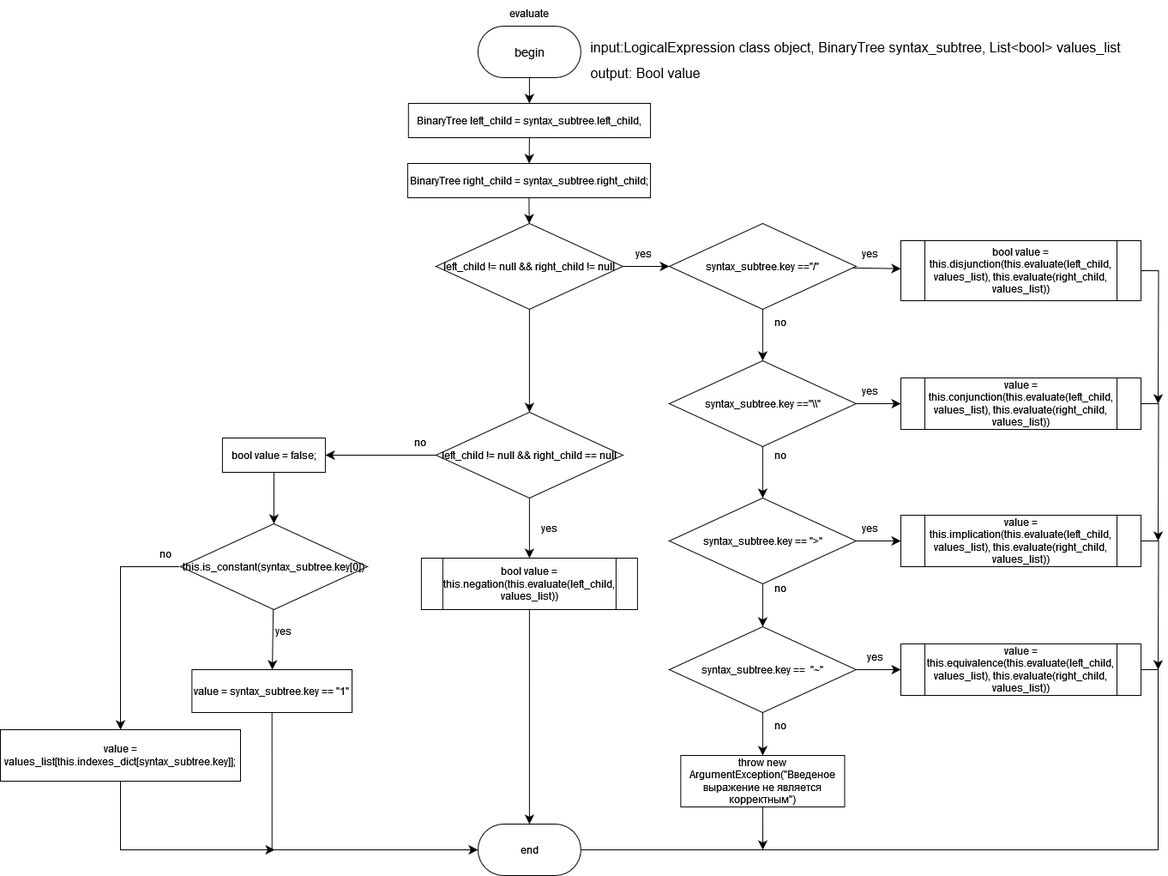
Before: 4_sem/LOIS/lab1/draw_io_flowcharts/evaluate.png, a diagram exported from draw.io (cry-crystal-cry/BSUIR). Source tidied: cells renumbered, new cells last; positions are measured from the earlier drawing's top-left corner, leaving out a move shared by most shapes.
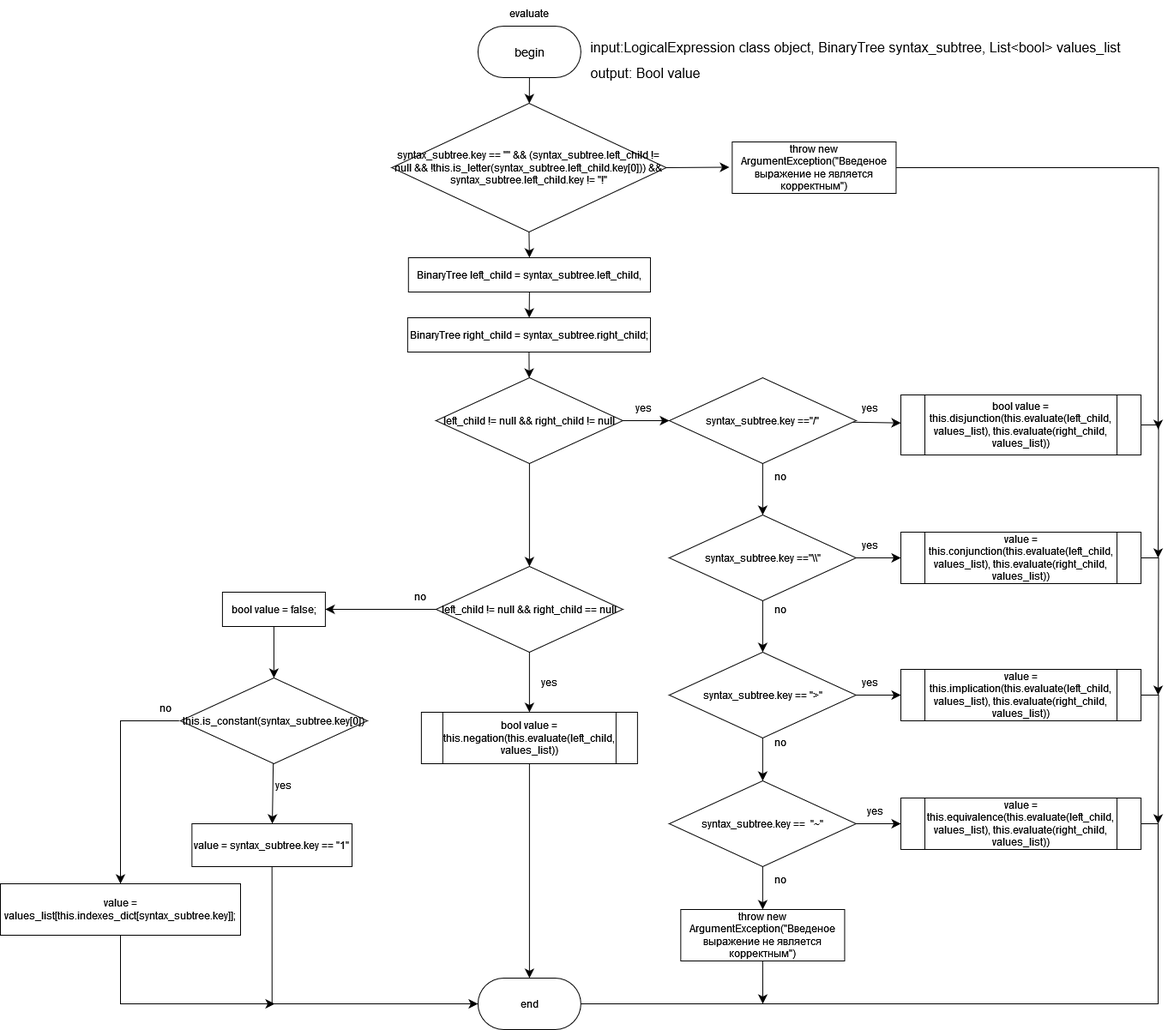
Later version of the same file.

The edit, as a diff of the source:
```diff
@@ -2,20 +2,20 @@
   <root>
     <mxCell id="0" />
     <mxCell id="1" parent="0" />
-    <mxCell id="2" style="edgeStyle=none;curved=1;rounded=0;jettySize=auto;html=1;fontSize=12;startSize=8;endSize=8;" parent="1" edge="1" source="3" target="8">
-      <mxGeometry relative="1" as="geometry" />
-    </mxCell>
+    <mxCell id="64" style="edgeStyle=none;curved=1;rounded=0;jettySize=auto;html=1;exitX=0.5;exitY=1;exitDx=0;exitDy=0;fontSize=12;startSize=8;endSize=8;" parent="1" edge="1" source="3" target="67">
+      <mxGeometry relative="1" as="geometry" />
+    </mxCell>
     <mxCell id="3" value="&lt;font face=&quot;Helvetica&quot; style=&quot;font-size: 14px;&quot;&gt;begin&lt;/font&gt;" style="rounded=1;whiteSpace=wrap;html=1;arcSize=50;" parent="1" vertex="1">
-      <mxGeometry x="556.9" y="30" width="120" height="60" as="geometry" />
+      <mxGeometry x="556.9" y="-150" width="120" height="60" as="geometry" />
     </mxCell>
     <mxCell id="4" value="evaluate" style="text;html=1;align=center;verticalAlign=middle;whiteSpace=wrap;rounded=0;" parent="1" vertex="1">
-      <mxGeometry x="586.9" width="60" height="30" as="geometry" />
+      <mxGeometry x="586.9" y="-180" width="60" height="30" as="geometry" />
     </mxCell>
     <mxCell id="5" value="&lt;div&gt;input:LogicalExpression class object, BinaryTree syntax_subtree, List&amp;lt;bool&amp;gt; values_list&lt;br&gt;&lt;/div&gt;" style="text;html=1;align=center;verticalAlign=middle;strokeColor=none;fillColor=none;fontSize=16;" parent="1" vertex="1">
-      <mxGeometry x="676.9" y="40" width="640" height="30" as="geometry" />
+      <mxGeometry x="676.9" y="-140" width="640" height="30" as="geometry" />
     </mxCell>
     <mxCell id="6" value="output: Bool &lt;span class=&quot;blob-code-inner blob-code-marker js-code-nav-pass&quot;&gt;value&lt;/span&gt;" style="text;html=1;align=center;verticalAlign=middle;strokeColor=none;fillColor=none;fontSize=16;" parent="1" vertex="1">
-      <mxGeometry x="676.9" y="70" width="150" height="30" as="geometry" />
+      <mxGeometry x="676.9" y="-110" width="150" height="30" as="geometry" />
     </mxCell>
     <mxCell id="7" style="edgeStyle=none;curved=1;rounded=0;jettySize=auto;html=1;exitX=0.5;exitY=1;exitDx=0;exitDy=0;fontSize=12;startSize=8;endSize=8;" parent="1" edge="1" source="8" target="63">
       <mxGeometry relative="1" as="geometry" />
@@ -213,5 +213,24 @@
     <mxCell id="63" value="BinaryTree right_child = syntax_subtree.right_child;" style="whiteSpace=wrap;html=1;" parent="1" vertex="1">
       <mxGeometry x="474.9" y="190" width="283.1" height="40" as="geometry" />
     </mxCell>
+    <mxCell id="65" style="edgeStyle=none;curved=1;rounded=0;jettySize=auto;html=1;exitX=0.5;exitY=1;exitDx=0;exitDy=0;entryX=0.5;entryY=0;entryDx=0;entryDy=0;fontSize=12;startSize=8;endSize=8;" parent="1" edge="1" source="67" target="8">
+      <mxGeometry relative="1" as="geometry" />
+    </mxCell>
+    <mxCell id="66" style="edgeStyle=none;curved=1;rounded=0;jettySize=auto;html=1;exitX=1;exitY=0.5;exitDx=0;exitDy=0;fontSize=12;startSize=8;endSize=8;" parent="1" edge="1" source="67">
+      <mxGeometry relative="1" as="geometry">
+        <mxPoint x="850" y="14.5" as="targetPoint" />
+      </mxGeometry>
+    </mxCell>
+    <mxCell id="67" value="syntax_subtree.key == &quot;&quot; &amp;amp;&amp;amp; (syntax_subtree.left_child != null &amp;amp;&amp;amp; !this.is_letter(syntax_subtree.left_child.key[0])) &amp;amp;&amp;amp; syntax_subtree.left_child.key != &quot;!&quot;" style="rhombus;whiteSpace=wrap;html=1;" parent="1" vertex="1">
+      <mxGeometry x="456.4" y="-60" width="320" height="150" as="geometry" />
+    </mxCell>
+    <mxCell id="68" style="edgeStyle=orthogonalEdgeStyle;rounded=0;jettySize=auto;html=1;exitX=1;exitY=0.5;exitDx=0;exitDy=0;fontSize=12;startSize=8;endSize=8;" parent="1" edge="1" source="69">
+      <mxGeometry relative="1" as="geometry">
+        <mxPoint x="1350" y="320" as="targetPoint" />
+      </mxGeometry>
+    </mxCell>
+    <mxCell id="69" value="throw new ArgumentException(&quot;Введеное выражение не является корректным&quot;)" style="whiteSpace=wrap;html=1;" parent="1" vertex="1">
+      <mxGeometry x="853.3" y="-15" width="191.1" height="60" as="geometry" />
+    </mxCell>
   </root>
 </mxGraphModel>
```
